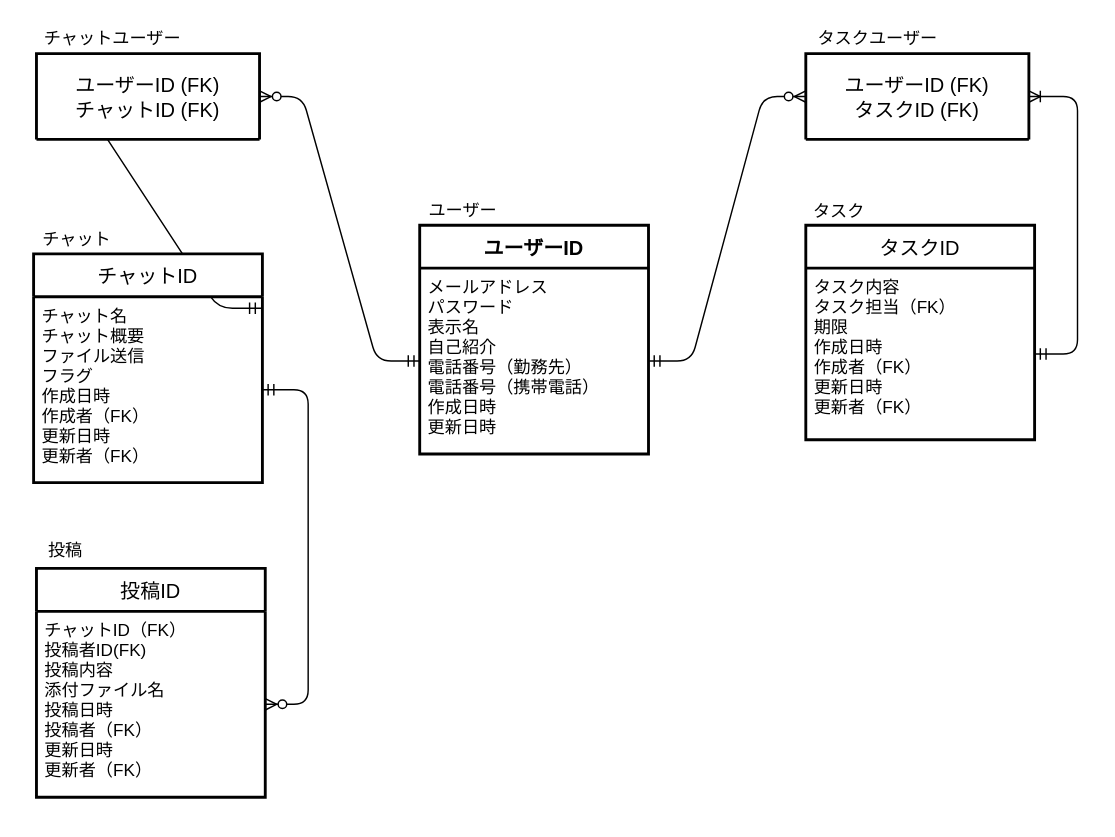
labotinc/quelcode-db keeps this draw.io diagram as db/db-challenge1/db-challenge1.drawio. Above is the earlier version. Source tidied: cells renumbered, new cells numbered last; positions are measured from the earlier drawing's top-left corner, leaving out a move shared by most shapes. Both pictures are drawn from the tidied source at 143%, with x=0, y=0 at pixel (33, 24).
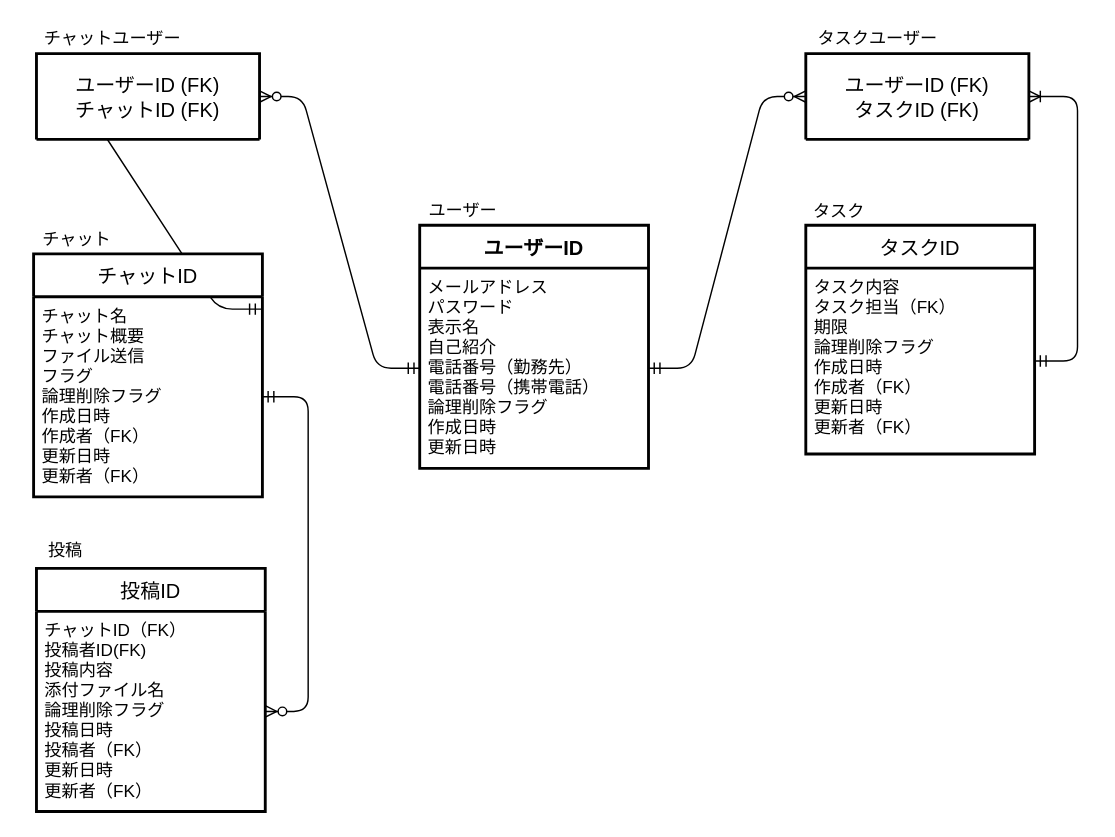
After the change.

Commit message:
論理削除フラグの追加

Change to the diagram source:
```diff
@@
     <mxCell id="2" value="タスクID" style="swimlane;horizontal=1;startSize=30;rounded=1;fontSize=14;fontStyle=0;strokeWidth=2;shadow=0;dashed=0;align=center;arcSize=0;" parent="1" vertex="1">
-      <mxGeometry x="540" y="140" width="160" height="150" as="geometry" />
+      <mxGeometry x="540" y="140" width="160" height="160" as="geometry" />
     </mxCell>
-    <mxCell id="3" value="タスク内容&#10;タスク担当（FK）&#10;期限&#10;作成日時&#10;作成者（FK）&#10;更新日時&#10;更新者（FK）&#10;" style="align=left;strokeColor=none;fillColor=none;spacingLeft=4;fontSize=12;verticalAlign=top;" parent="2" vertex="1">
-      <mxGeometry y="30" width="160" height="120" as="geometry" />
+    <mxCell id="3" value="タスク内容&#10;タスク担当（FK）&#10;期限&#10;論理削除フラグ&#10;作成日時&#10;作成者（FK）&#10;更新日時&#10;更新者（FK）&#10;" style="align=left;strokeColor=none;fillColor=none;spacingLeft=4;fontSize=12;verticalAlign=top;" parent="2" vertex="1">
+      <mxGeometry y="30" width="160" height="130" as="geometry" />
     </mxCell>
@@
     <mxCell id="6" value="ユーザーID" style="swimlane;horizontal=1;startSize=30;rounded=1;fontSize=14;fontStyle=1;strokeWidth=2;shadow=0;dashed=0;align=center;arcSize=0;" parent="1" vertex="1">
-      <mxGeometry x="270" y="140" width="160" height="160" as="geometry" />
+      <mxGeometry x="270" y="140" width="160" height="170" as="geometry" />
     </mxCell>
-    <mxCell id="7" value="メールアドレス&#10;パスワード&#10;表示名&#10;自己紹介&#10;電話番号（勤務先）&#10;電話番号（携帯電話）&#10;作成日時&#10;更新日時&#10;" style="align=left;strokeColor=none;fillColor=none;spacingLeft=4;fontSize=12;verticalAlign=top;" parent="6" vertex="1">
-      <mxGeometry y="30" width="160" height="130" as="geometry" />
+    <mxCell id="7" value="メールアドレス&#10;パスワード&#10;表示名&#10;自己紹介&#10;電話番号（勤務先）&#10;電話番号（携帯電話）&#10;論理削除フラグ&#10;作成日時&#10;更新日時&#10;" style="align=left;strokeColor=none;fillColor=none;spacingLeft=4;fontSize=12;verticalAlign=top;" parent="6" vertex="1">
+      <mxGeometry y="30" width="160" height="140" as="geometry" />
     </mxCell>
@@
     <mxCell id="9" value="チャットID" style="swimlane;horizontal=1;startSize=30;rounded=1;fontSize=14;fontStyle=0;strokeWidth=2;shadow=0;dashed=0;align=center;arcSize=0;" parent="1" vertex="1">
-      <mxGeometry y="160" width="160" height="160" as="geometry" />
+      <mxGeometry y="160" width="160" height="170" as="geometry" />
     </mxCell>
-    <mxCell id="10" value="チャット名&#10;チャット概要&#10;ファイル送信&#10;フラグ &#10;作成日時&#10;作成者（FK）&#10;更新日時&#10;更新者（FK）" style="align=left;strokeColor=none;fillColor=none;spacingLeft=4;fontSize=12;verticalAlign=top;" parent="9" vertex="1">
-      <mxGeometry y="30" width="160" height="130" as="geometry" />
+    <mxCell id="10" value="チャット名&#10;チャット概要&#10;ファイル送信&#10;フラグ &#10;論理削除フラグ&#10;作成日時&#10;作成者（FK）&#10;更新日時&#10;更新者（FK）" style="align=left;strokeColor=none;fillColor=none;spacingLeft=4;fontSize=12;verticalAlign=top;" parent="9" vertex="1">
+      <mxGeometry y="30" width="160" height="140" as="geometry" />
     </mxCell>
@@
     <mxCell id="15" value="投稿ID" style="swimlane;horizontal=1;startSize=30;rounded=1;fontSize=14;fontStyle=0;strokeWidth=2;shadow=0;dashed=0;align=center;arcSize=0;" parent="1" vertex="1">
-      <mxGeometry x="2" y="380" width="160" height="160" as="geometry" />
+      <mxGeometry x="2" y="380" width="160" height="170" as="geometry" />
     </mxCell>
-    <mxCell id="16" value="チャットID（FK）&#10;投稿者ID(FK)&#10;投稿内容&#10;添付ファイル名&#10;投稿日時&#10;投稿者（FK）&#10;更新日時&#10;更新者（FK）" style="align=left;strokeColor=none;fillColor=none;spacingLeft=4;fontSize=12;verticalAlign=top;" parent="15" vertex="1">
-      <mxGeometry y="30" width="160" height="130" as="geometry" />
+    <mxCell id="16" value="チャットID（FK）&#10;投稿者ID(FK)&#10;投稿内容&#10;添付ファイル名&#10;論理削除フラグ&#10;投稿日時&#10;投稿者（FK）&#10;更新日時&#10;更新者（FK）" style="align=left;strokeColor=none;fillColor=none;spacingLeft=4;fontSize=12;verticalAlign=top;" parent="15" vertex="1">
+      <mxGeometry y="30" width="160" height="140" as="geometry" />
     </mxCell>
```
